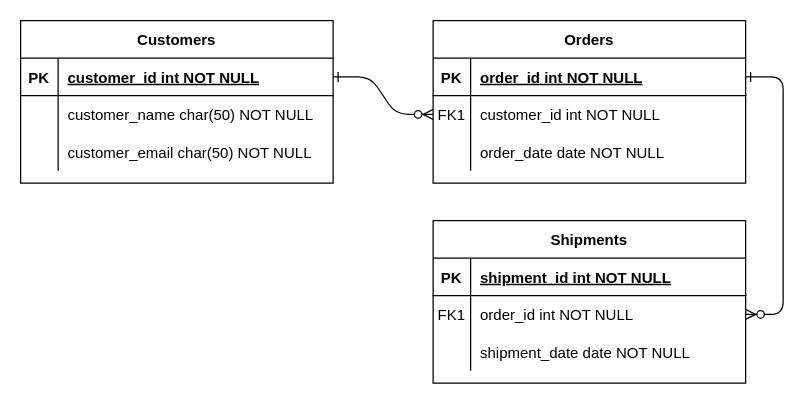
This is Untitled Diagram.drawio from ksol17/CT-MyFirstRepo, a draw.io file, before an edit. Source tidied: cells renumbered, new cells numbered last; positions are measured from the earlier drawing's top-left corner, leaving out a move shared by most shapes. Both pictures are drawn from the tidied source at 125%, with x=0, y=0 at pixel (20, 20).
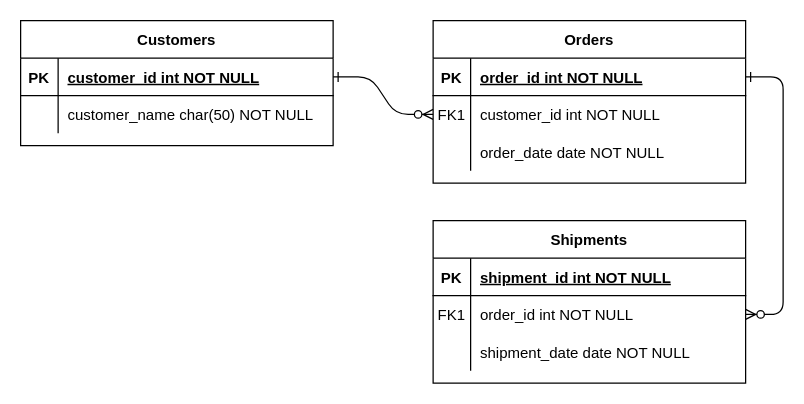
Above is the later version.

Diff of the diagram source:
```diff
@@
     <mxCell id="24" value="Customers" style="shape=table;startSize=30;childLayout=tableLayout;rowLines=0;fontStyle=1;align=center;" parent="1" vertex="1">
-      <mxGeometry width="250" height="130" as="geometry" />
+      <mxGeometry width="250" height="100" as="geometry" />
     </mxCell>
@@
-    <mxCell id="31" style="shape=partialRectangle;fillColor=none;top=0;left=0;right=0;bottom=0;" parent="24" vertex="1">
-      <mxGeometry y="90" width="250" height="30" as="geometry" />
-    </mxCell>
-    <mxCell id="32" style="shape=partialRectangle;overflow=hidden;fillColor=none;top=0;left=0;bottom=0;right=0;" parent="31" vertex="1">
-      <mxGeometry width="30" height="30" as="geometry" />
-    </mxCell>
-    <mxCell id="33" value="customer_email char(50) NOT NULL" style="shape=partialRectangle;overflow=hidden;fillColor=none;top=0;left=0;bottom=0;right=0;align=left;spacingLeft=6;" parent="31" vertex="1">
-      <mxGeometry x="30" width="220" height="30" as="geometry" />
-    </mxCell>
```
